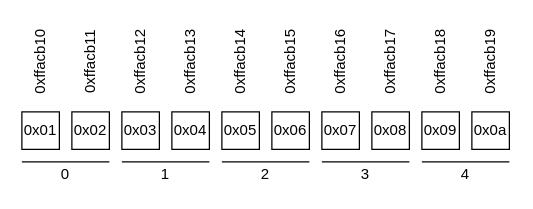
This is docs/assets/images/array.drawio from heig-tin-info/handbook, a draw.io file, before an edit. Source tidied: cells renumbered, new cells numbered last; positions are measured from the earlier drawing's top-left corner, leaving out a move shared by most shapes. Both pictures are drawn from the tidied source at 125%, with x=0, y=0 at pixel (2, 42).
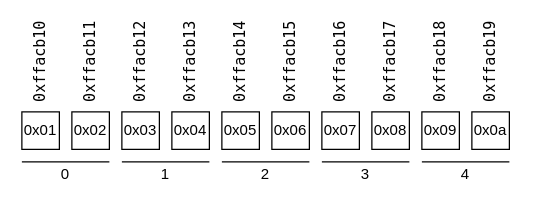
After the change.

Diff of the diagram source:
```diff
@@
-    <mxCell id="22" value="0xffacb10" style="text;strokeColor=none;align=center;fillColor=none;html=1;verticalAlign=middle;whiteSpace=wrap;rounded=0;rotation=-90;" parent="1" vertex="1">
+    <mxCell id="22" value="0xffacb10" style="text;strokeColor=none;align=center;fillColor=none;html=1;verticalAlign=middle;whiteSpace=wrap;rounded=0;rotation=-90;fontFamily=Lucida Console;" parent="1" vertex="1">
       <mxGeometry width="60" height="30" as="geometry" />
     </mxCell>
-    <mxCell id="23" value="0xffacb11" style="text;strokeColor=none;align=center;fillColor=none;html=1;verticalAlign=middle;whiteSpace=wrap;rounded=0;rotation=-90;" parent="1" vertex="1">
+    <mxCell id="23" value="0xffacb11" style="text;strokeColor=none;align=center;fillColor=none;html=1;verticalAlign=middle;whiteSpace=wrap;rounded=0;rotation=-90;fontFamily=Lucida Console;" parent="1" vertex="1">
       <mxGeometry x="40" width="60" height="30" as="geometry" />
     </mxCell>
-    <mxCell id="24" value="0xffacb12" style="text;strokeColor=none;align=center;fillColor=none;html=1;verticalAlign=middle;whiteSpace=wrap;rounded=0;rotation=-90;" parent="1" vertex="1">
+    <mxCell id="24" value="0xffacb12" style="text;strokeColor=none;align=center;fillColor=none;html=1;verticalAlign=middle;whiteSpace=wrap;rounded=0;rotation=-90;fontFamily=Lucida Console;" parent="1" vertex="1">
       <mxGeometry x="80" width="60" height="30" as="geometry" />
     </mxCell>
-    <mxCell id="25" value="0xffacb13" style="text;strokeColor=none;align=center;fillColor=none;html=1;verticalAlign=middle;whiteSpace=wrap;rounded=0;rotation=-90;" parent="1" vertex="1">
+    <mxCell id="25" value="0xffacb13" style="text;strokeColor=none;align=center;fillColor=none;html=1;verticalAlign=middle;whiteSpace=wrap;rounded=0;rotation=-90;fontFamily=Lucida Console;" parent="1" vertex="1">
       <mxGeometry x="120" width="60" height="30" as="geometry" />
     </mxCell>
-    <mxCell id="26" value="0xffacb14" style="text;strokeColor=none;align=center;fillColor=none;html=1;verticalAlign=middle;whiteSpace=wrap;rounded=0;rotation=-90;" parent="1" vertex="1">
+    <mxCell id="26" value="0xffacb14" style="text;strokeColor=none;align=center;fillColor=none;html=1;verticalAlign=middle;whiteSpace=wrap;rounded=0;rotation=-90;fontFamily=Lucida Console;" parent="1" vertex="1">
       <mxGeometry x="160" width="60" height="30" as="geometry" />
     </mxCell>
-    <mxCell id="27" value="0xffacb15" style="text;strokeColor=none;align=center;fillColor=none;html=1;verticalAlign=middle;whiteSpace=wrap;rounded=0;rotation=-90;" parent="1" vertex="1">
+    <mxCell id="27" value="0xffacb15" style="text;strokeColor=none;align=center;fillColor=none;html=1;verticalAlign=middle;whiteSpace=wrap;rounded=0;rotation=-90;fontFamily=Lucida Console;" parent="1" vertex="1">
       <mxGeometry x="200" width="60" height="30" as="geometry" />
     </mxCell>
-    <mxCell id="28" value="0xffacb16" style="text;strokeColor=none;align=center;fillColor=none;html=1;verticalAlign=middle;whiteSpace=wrap;rounded=0;rotation=-90;" parent="1" vertex="1">
+    <mxCell id="28" value="0xffacb16" style="text;strokeColor=none;align=center;fillColor=none;html=1;verticalAlign=middle;whiteSpace=wrap;rounded=0;rotation=-90;fontFamily=Lucida Console;" parent="1" vertex="1">
       <mxGeometry x="240" width="60" height="30" as="geometry" />
     </mxCell>
-    <mxCell id="29" value="0xffacb17" style="text;strokeColor=none;align=center;fillColor=none;html=1;verticalAlign=middle;whiteSpace=wrap;rounded=0;rotation=-90;" parent="1" vertex="1">
+    <mxCell id="29" value="0xffacb17" style="text;strokeColor=none;align=center;fillColor=none;html=1;verticalAlign=middle;whiteSpace=wrap;rounded=0;rotation=-90;fontFamily=Lucida Console;" parent="1" vertex="1">
       <mxGeometry x="280" width="60" height="30" as="geometry" />
     </mxCell>
-    <mxCell id="30" value="0xffacb18" style="text;strokeColor=none;align=center;fillColor=none;html=1;verticalAlign=middle;whiteSpace=wrap;rounded=0;rotation=-90;" parent="1" vertex="1">
+    <mxCell id="30" value="0xffacb18" style="text;strokeColor=none;align=center;fillColor=none;html=1;verticalAlign=middle;whiteSpace=wrap;rounded=0;rotation=-90;fontFamily=Lucida Console;" parent="1" vertex="1">
       <mxGeometry x="320" width="60" height="30" as="geometry" />
     </mxCell>
-    <mxCell id="31" value="0xffacb19" style="text;strokeColor=none;align=center;fillColor=none;html=1;verticalAlign=middle;whiteSpace=wrap;rounded=0;rotation=-90;" parent="1" vertex="1">
+    <mxCell id="31" value="0xffacb19" style="text;strokeColor=none;align=center;fillColor=none;html=1;verticalAlign=middle;whiteSpace=wrap;rounded=0;rotation=-90;fontFamily=Lucida Console;" parent="1" vertex="1">
       <mxGeometry x="360" width="60" height="30" as="geometry" />
     </mxCell>
```
